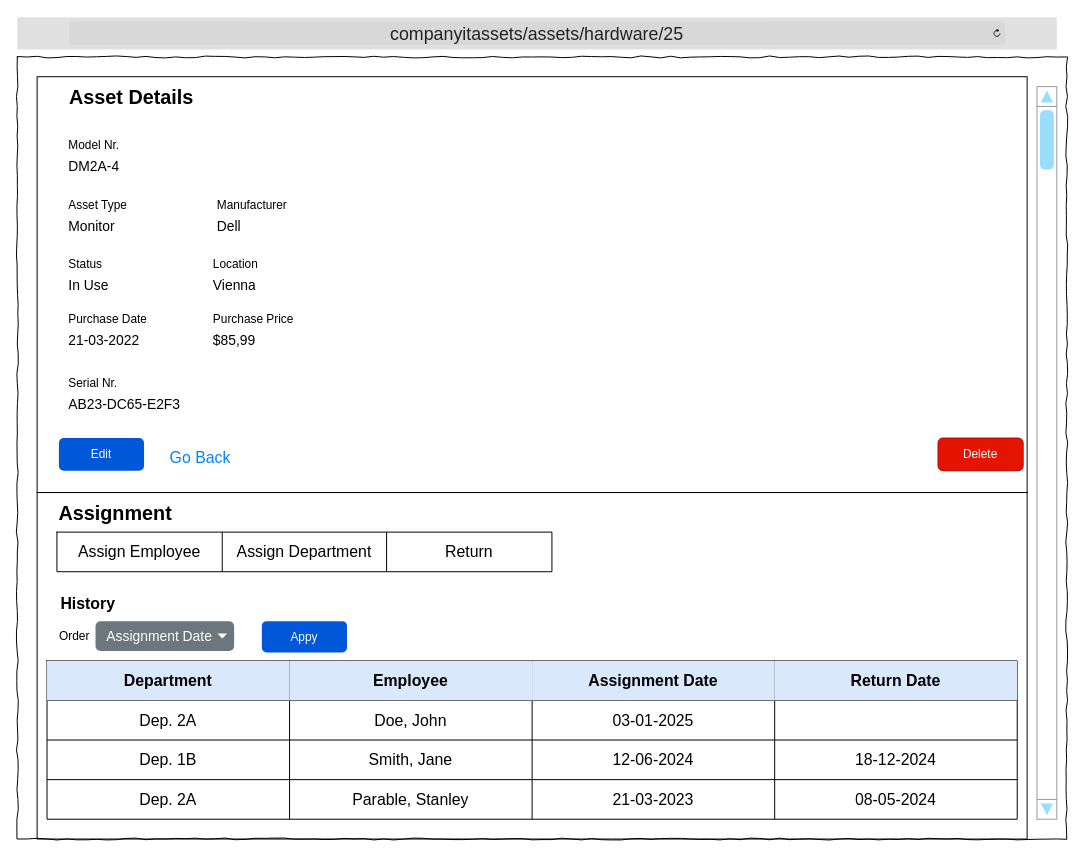
TRed91/ITAssetTracking keeps this draw.io diagram as Wireframes/ITAT_HWAssets_Details.drawio. Above is the earlier version. Source tidied: cells renumbered, new cells numbered last; positions are measured from the earlier drawing's top-left corner, leaving out a move shared by most shapes. Both pictures are drawn from the tidied source at 99%, with x=0, y=0 at pixel (17, 17).
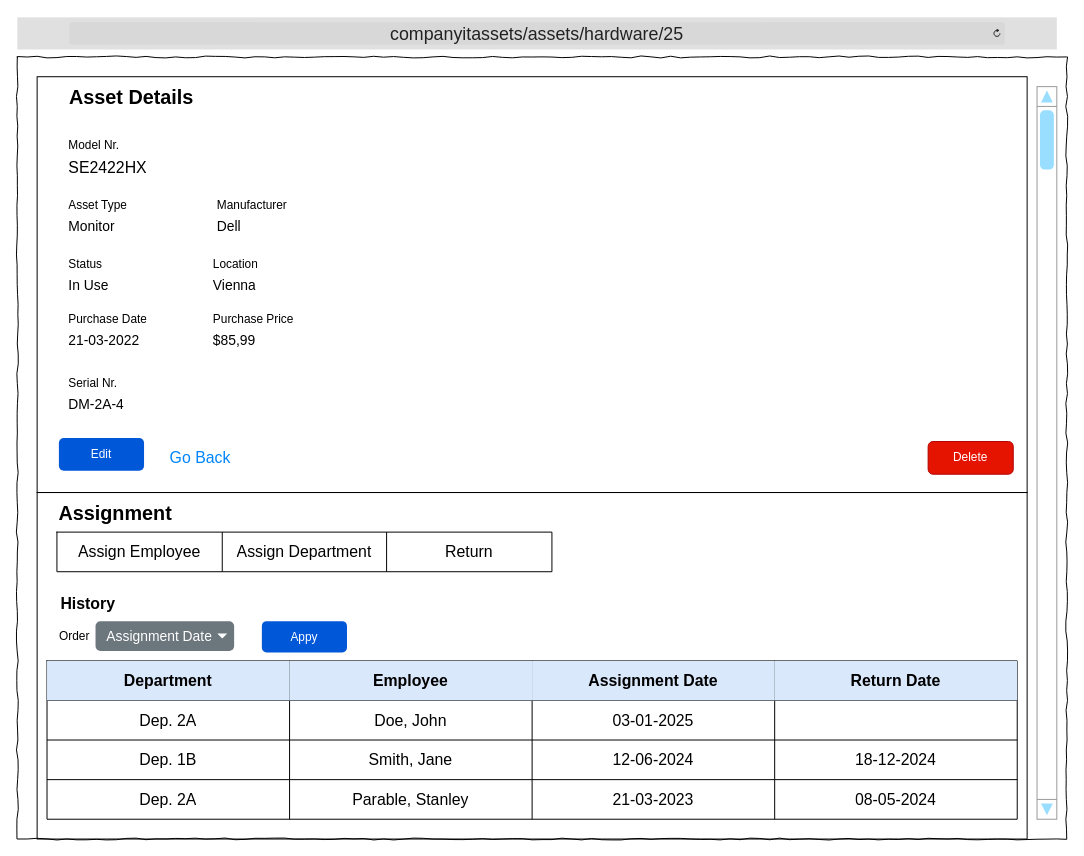
The same page after the edit.

The edit, as a diff of the source:
```diff
@@
-    <mxCell id="12" value="&lt;font style=&quot;font-size: 14px;&quot;&gt;DM2A-4&lt;/font&gt;" style="text;html=1;strokeColor=none;fillColor=none;align=left;verticalAlign=middle;whiteSpace=wrap;overflow=hidden;" parent="1" vertex="1">
+    <mxCell id="12" value="&lt;span style=&quot;font-size: 16px; text-align: center;&quot;&gt;SE2422HX&lt;/span&gt;" style="text;html=1;strokeColor=none;fillColor=none;align=left;verticalAlign=middle;whiteSpace=wrap;overflow=hidden;" parent="1" vertex="1">
       <mxGeometry x="50" y="140" width="110" height="20" as="geometry" />
     </mxCell>
@@
     <mxCell id="23" value="Delete" style="rounded=1;fillColor=#e51400;strokeColor=#B20000;html=1;whiteSpace=wrap;fontColor=#ffffff;align=center;verticalAlign=middle;fontStyle=0;fontSize=12;sketch=0;" parent="1" vertex="1">
-      <mxGeometry x="930" y="425" width="86" height="33" as="geometry" />
+      <mxGeometry x="920" y="428.5" width="86" height="33" as="geometry" />
     </mxCell>
@@
-    <mxCell id="25" value="&lt;span style=&quot;font-size: 14px;&quot;&gt;AB23-DC65-E2F3&lt;/span&gt;" style="text;html=1;strokeColor=none;fillColor=none;align=left;verticalAlign=middle;whiteSpace=wrap;overflow=hidden;" parent="1" vertex="1">
+    <mxCell id="25" value="&lt;span style=&quot;font-size: 14px;&quot;&gt;DM-&lt;/span&gt;&lt;span style=&quot;font-size: 14px; background-color: transparent; color: light-dark(rgb(0, 0, 0), rgb(255, 255, 255));&quot;&gt;2A-4&lt;/span&gt;" style="text;html=1;strokeColor=none;fillColor=none;align=left;verticalAlign=middle;whiteSpace=wrap;overflow=hidden;" parent="1" vertex="1">
       <mxGeometry x="50" y="380" width="160" height="20" as="geometry" />
     </mxCell>
```
